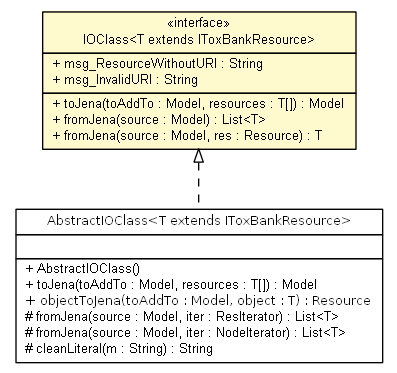
Above: apidocs/net/toxbank/client/io/rdf/IOClass.png in ToxBank/toxbank-api-beans (Graphviz), before the change. Its source is kept beside it as apidocs/net/toxbank/client/io/rdf/IOClass.dot.
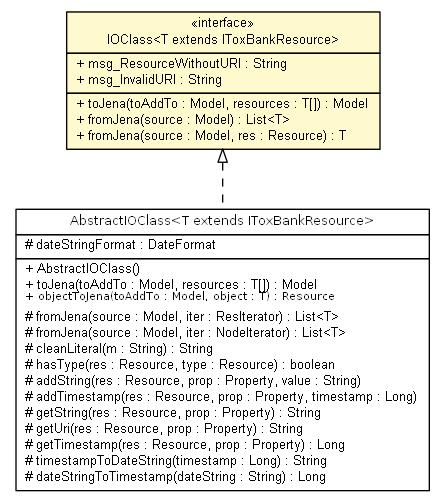
Above is the later version.

Change to the diagram source:
```diff
@@ -2,7 +2,7 @@
 digraph G {
 	edge [fontname="arial",fontsize=10,labelfontname="arial",labelfontsize=10];
 	node [fontname="arial",fontsize=10,shape=plaintext];
-	c478 [label=<<table border="0" cellborder="1" cellspacing="0" cellpadding="2" port="p" bgcolor="lemonChiffon" href="./IOClass.html">
+	c571 [label=<<table border="0" cellborder="1" cellspacing="0" cellpadding="2" port="p" bgcolor="lemonChiffon" href="./IOClass.html">
 		<tr><td><table border="0" cellspacing="0" cellpadding="1">
 			<tr><td> &laquo;interface&raquo; </td></tr>
 			<tr><td> IOClass&lt;T extends IToxBankResource&gt; </td></tr>
@@ -17,12 +17,12 @@
 			<tr><td align="left"> + fromJena(source : Model, res : Resource) : T </td></tr>
 		</table></td></tr>
 		</table>>, fontname="arial", fontcolor="black", fontsize=10.0];
-	c483 [label=<<table border="0" cellborder="1" cellspacing="0" cellpadding="2" port="p" href="./AbstractIOClass.html">
+	c576 [label=<<table border="0" cellborder="1" cellspacing="0" cellpadding="2" port="p" href="./AbstractIOClass.html">
 		<tr><td><table border="0" cellspacing="0" cellpadding="1">
 			<tr><td><font face="ariali"> AbstractIOClass&lt;T extends IToxBankResource&gt; </font></td></tr>
 		</table></td></tr>
 		<tr><td><table border="0" cellspacing="0" cellpadding="1">
-			<tr><td align="left">  </td></tr>
+			<tr><td align="left"> # dateStringFormat : DateFormat </td></tr>
 		</table></td></tr>
 		<tr><td><table border="0" cellspacing="0" cellpadding="1">
 			<tr><td align="left"> + AbstractIOClass() </td></tr>
@@ -31,7 +31,15 @@
 			<tr><td align="left"> # fromJena(source : Model, iter : ResIterator) : List&lt;T&gt; </td></tr>
 			<tr><td align="left"> # fromJena(source : Model, iter : NodeIterator) : List&lt;T&gt; </td></tr>
 			<tr><td align="left"> # cleanLiteral(m : String) : String </td></tr>
+			<tr><td align="left"> # hasType(res : Resource, type : Resource) : boolean </td></tr>
+			<tr><td align="left"> # addString(res : Resource, prop : Property, value : String) </td></tr>
+			<tr><td align="left"> # addTimestamp(res : Resource, prop : Property, timestamp : Long) </td></tr>
+			<tr><td align="left"> # getString(res : Resource, prop : Property) : String </td></tr>
+			<tr><td align="left"> # getUri(res : Resource, prop : Property) : String </td></tr>
+			<tr><td align="left"> # getTimestamp(res : Resource, prop : Property) : Long </td></tr>
+			<tr><td align="left"> # timestampToDateString(timestamp : Long) : String </td></tr>
+			<tr><td align="left"> # dateStringToTimestamp(dateString : String) : Long </td></tr>
 		</table></td></tr>
 		</table>>, fontname="arial", fontcolor="black", fontsize=10.0];
-	c478:p -> c483:p [dir=back,arrowtail=empty,style=dashed];
+	c571:p -> c576:p [dir=back,arrowtail=empty,style=dashed];
 }
```
